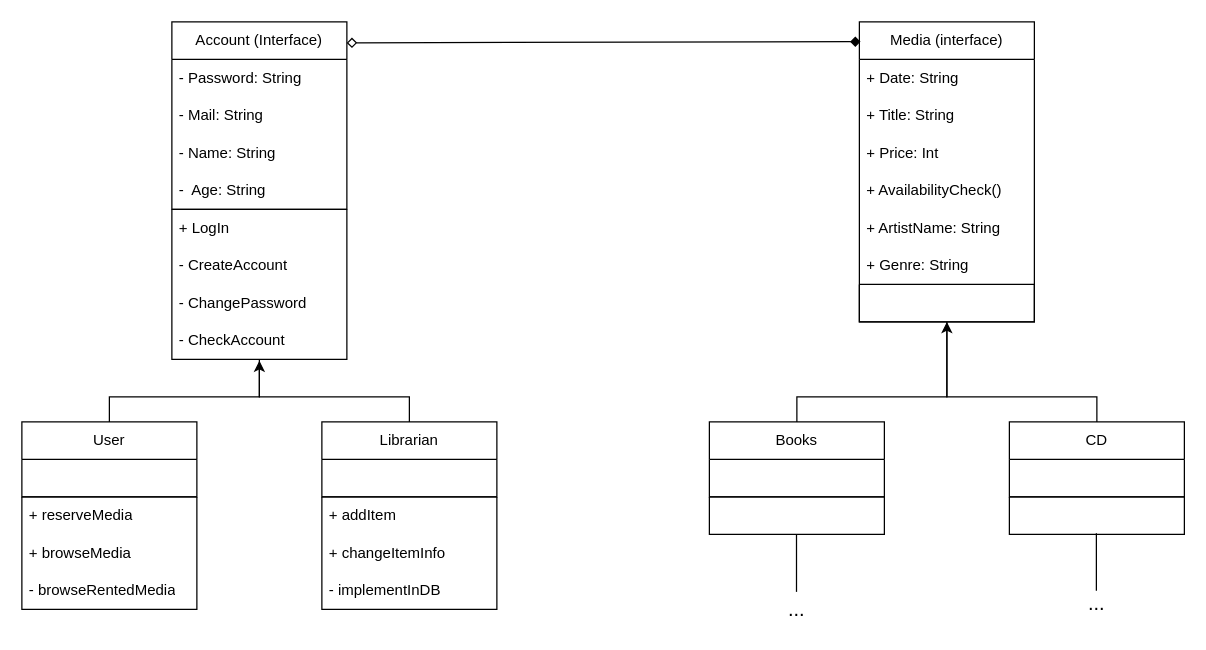
The draw.io diagram Dokumentation/diagrams/class_library.drawio in sraosha47/m226, before the edit. Source tidied: cells renumbered, new cells numbered last; positions are measured from the earlier drawing's top-left corner, leaving out a move shared by most shapes. Both pictures are drawn from the tidied source at 125%, with x=0, y=0 at pixel (21, 21).
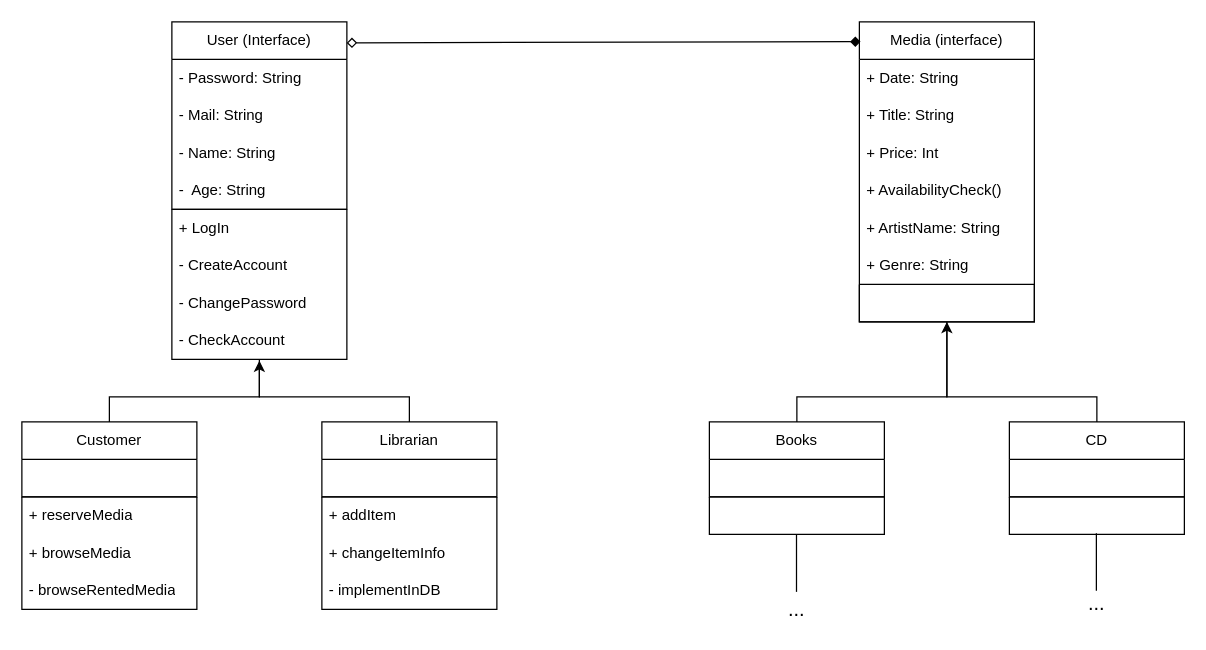
After the change.

The edit, as a diff of the source:
```diff
@@
-    <mxCell id="2" value="Account (Interface)" style="swimlane;fontStyle=0;horizontal=1;startSize=30;whiteSpace=wrap;html=1;" parent="1" vertex="1">
+    <mxCell id="2" value="User (Interface)" style="swimlane;fontStyle=0;horizontal=1;startSize=30;whiteSpace=wrap;html=1;" parent="1" vertex="1">
       <mxGeometry x="120" width="140" height="150" as="geometry" />
     </mxCell>
@@
-    <mxCell id="21" value="User" style="swimlane;fontStyle=0;horizontal=1;startSize=30;whiteSpace=wrap;html=1;" parent="1" vertex="1">
+    <mxCell id="21" value="Customer" style="swimlane;fontStyle=0;horizontal=1;startSize=30;whiteSpace=wrap;html=1;" parent="1" vertex="1">
       <mxGeometry y="320" width="140" height="60" as="geometry" />
     </mxCell>
```
